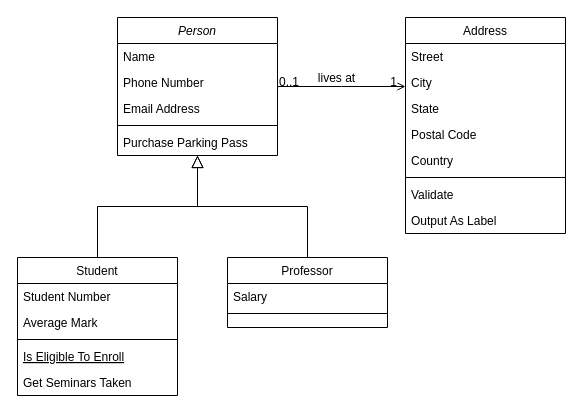
Before: Untitled Diagram.drawio in ljh123294/branchTest, a draw.io diagram. Source tidied: cells renumbered, new cells numbered last; positions are measured from the earlier drawing's top-left corner, leaving out a move shared by most shapes. Both pictures are drawn from the tidied source at 100%, with x=0, y=0 at pixel (17, 17).
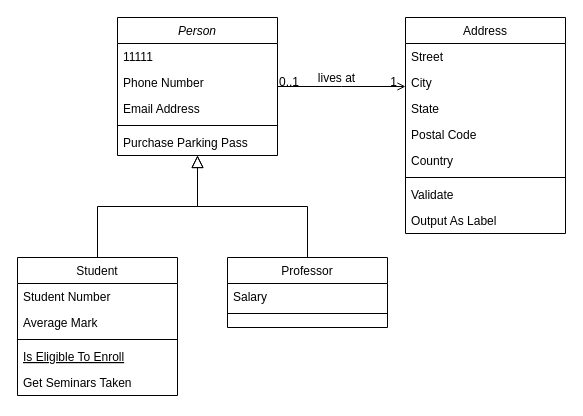
After the change.

Unchanged cells that the change refers to:
```xml
<mxCell id="2" value="Person" style="swimlane;fontStyle=2;align=center;verticalAlign=top;horizontal=1;startSize=26;rounded=0;shadow=0;strokeWidth=1;" parent="1" vertex="1">
  <mxGeometry x="100" width="160" height="138" as="geometry" />
</mxCell>
```

Diff of the diagram source:
```diff
@@
-    <mxCell id="3" value="Name" style="text;align=left;verticalAlign=top;spacingLeft=4;spacingRight=4;overflow=hidden;" parent="2" vertex="1">
+    <mxCell id="3" value="11111" style="text;align=left;verticalAlign=top;spacingLeft=4;spacingRight=4;overflow=hidden;" parent="2" vertex="1">
       <mxGeometry y="26" width="160" height="26" as="geometry" />
     </mxCell>
```
